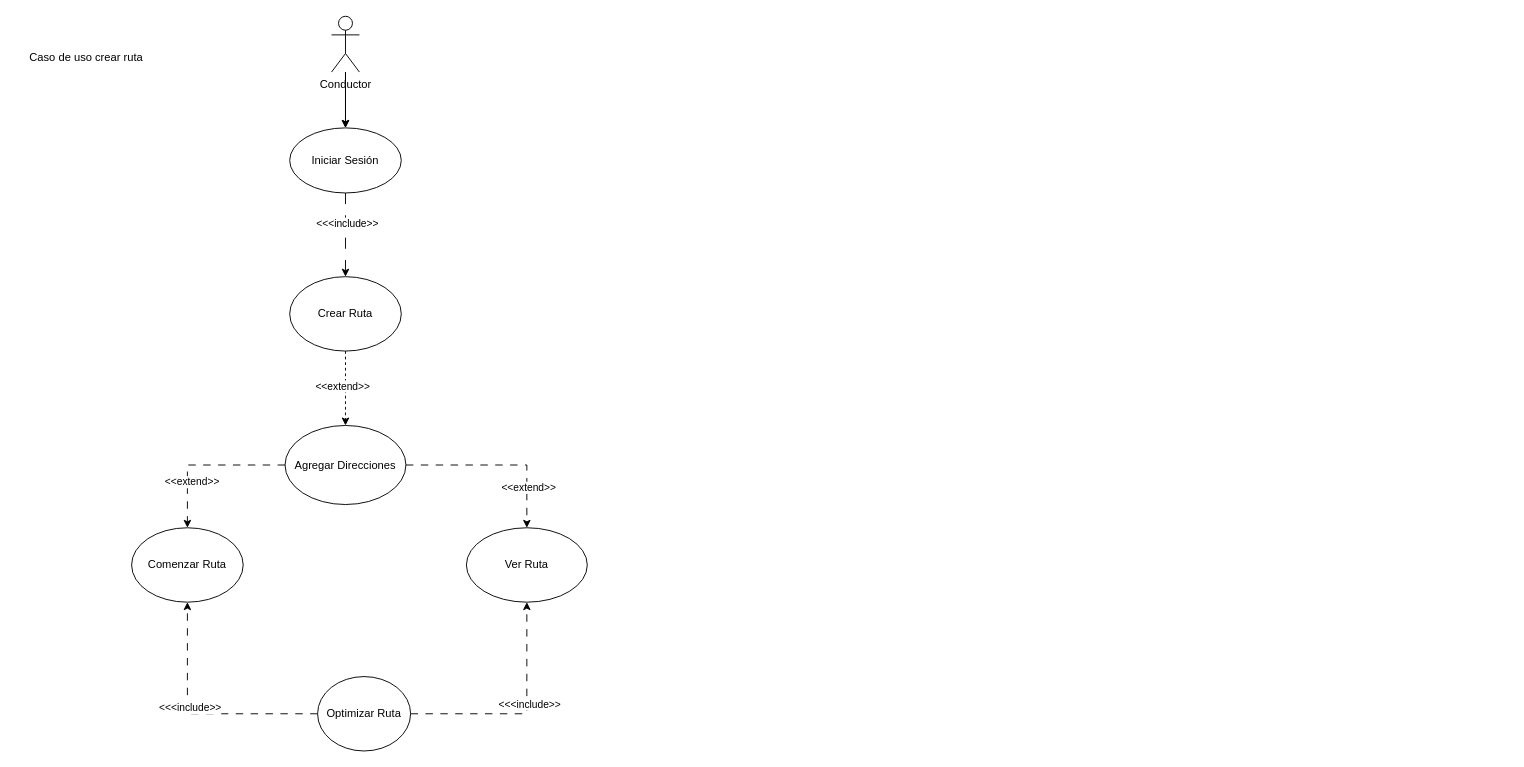
Earlier version of the draw.io diagram Caso de uso.drawio (josecastilloUai/Diagramas). Source tidied: cells renumbered, new cells numbered last; positions are measured from the earlier drawing's top-left corner, leaving out a move shared by most shapes. Both pictures are drawn from the tidied source at 93%, with x=0, y=0 at pixel (16, 16).
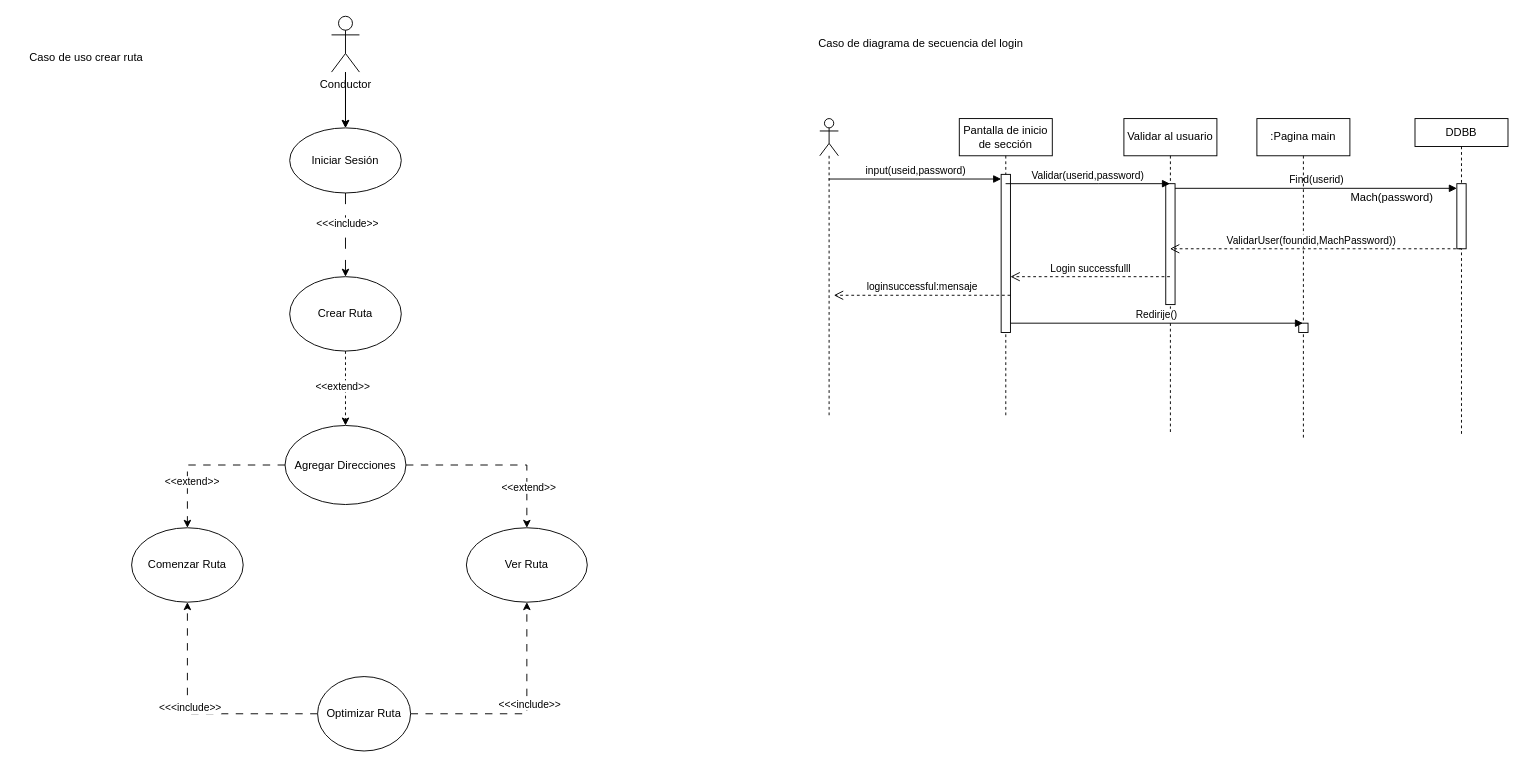
The same page after the edit.

Change to the diagram source:
```diff
@@
+    <mxCell id="24" value="Pantalla de inicio de sección" style="shape=umlLifeline;perimeter=lifelinePerimeter;whiteSpace=wrap;html=1;newEdgeStyle={&quot;curved&quot;:0,&quot;rounded&quot;:0};" parent="1" vertex="1">
+      <mxGeometry x="1014" y="110" width="100" height="320" as="geometry" />
+    </mxCell>
+    <mxCell id="25" style="html=1;points=[[0,0,0,0,5],[0,1,0,0,-5],[1,0,0,0,5],[1,1,0,0,-5]];perimeter=orthogonalPerimeter;outlineConnect=0;targetShapes=umlLifeline;portConstraint=eastwest;newEdgeStyle={&quot;curved&quot;:0,&quot;rounded&quot;:0};" parent="24" vertex="1">
+      <mxGeometry x="45" y="60" width="10" height="170" as="geometry" />
+    </mxCell>
+    <mxCell id="26" style="shape=umlLifeline;perimeter=lifelinePerimeter;whiteSpace=wrap;html=1;outlineConnect=0;portConstraint=eastwest;newEdgeStyle={&quot;curved&quot;:0,&quot;rounded&quot;:0};participant=umlActor;" parent="1" vertex="1">
+      <mxGeometry x="864" y="110" width="20" height="320" as="geometry" />
+    </mxCell>
+    <mxCell id="27" value="DDBB" style="shape=umlLifeline;perimeter=lifelinePerimeter;whiteSpace=wrap;html=1;newEdgeStyle={&quot;curved&quot;:0,&quot;rounded&quot;:0};size=30;" parent="1" vertex="1">
+      <mxGeometry x="1504" y="110" width="100" height="340" as="geometry" />
+    </mxCell>
+    <mxCell id="28" style="html=1;points=[[0,0,0,0,5],[0,1,0,0,-5],[1,0,0,0,5],[1,1,0,0,-5]];perimeter=orthogonalPerimeter;outlineConnect=0;targetShapes=umlLifeline;portConstraint=eastwest;newEdgeStyle={&quot;curved&quot;:0,&quot;rounded&quot;:0};" parent="27" vertex="1">
+      <mxGeometry x="45" y="70" width="10" height="70" as="geometry" />
+    </mxCell>
+    <mxCell id="29" value="Validar al usuario" style="shape=umlLifeline;perimeter=lifelinePerimeter;whiteSpace=wrap;html=1;outlineConnect=0;portConstraint=eastwest;newEdgeStyle={&quot;curved&quot;:0,&quot;rounded&quot;:0};" parent="1" vertex="1">
+      <mxGeometry x="1191" y="110" width="100" height="340" as="geometry" />
+    </mxCell>
+    <mxCell id="30" style="html=1;points=[[0,0,0,0,5],[0,1,0,0,-5],[1,0,0,0,5],[1,1,0,0,-5]];perimeter=orthogonalPerimeter;outlineConnect=0;targetShapes=umlLifeline;portConstraint=eastwest;newEdgeStyle={&quot;curved&quot;:0,&quot;rounded&quot;:0};" parent="29" vertex="1">
+      <mxGeometry x="45" y="70" width="10" height="130" as="geometry" />
+    </mxCell>
+    <mxCell id="31" value="Caso de diagrama de secuencia del login&amp;nbsp;" style="text;html=1;align=center;verticalAlign=middle;strokeColor=none;fillColor=none;" parent="1" vertex="1">
+      <mxGeometry x="849" y="15" width="250" height="30" as="geometry" />
+    </mxCell>
+    <mxCell id="32" value="input(useid,password)" style="html=1;verticalAlign=bottom;endArrow=block;curved=0;rounded=0;entryX=0;entryY=0;entryDx=0;entryDy=5;" parent="1" edge="1" source="26" target="25">
+      <mxGeometry relative="1" as="geometry" />
+    </mxCell>
+    <mxCell id="33" value="Validar(userid,password)" style="html=1;verticalAlign=bottom;endArrow=block;curved=0;rounded=0;" parent="1" edge="1" target="29">
+      <mxGeometry relative="1" as="geometry">
+        <mxPoint x="1063.8" y="180" as="sourcePoint" />
+        <Array as="points">
+          <mxPoint x="1164" y="180" />
+        </Array>
+      </mxGeometry>
+    </mxCell>
+    <mxCell id="34" value="Find(userid)" style="html=1;verticalAlign=bottom;endArrow=block;curved=0;rounded=0;exitX=1;exitY=0;exitDx=0;exitDy=5;exitPerimeter=0;" parent="1" edge="1" source="30" target="28">
+      <mxGeometry relative="1" as="geometry" />
+    </mxCell>
+    <mxCell id="35" value="Mach(password)" style="text;html=1;align=center;verticalAlign=middle;strokeColor=none;fillColor=none;" parent="1" vertex="1">
+      <mxGeometry x="1424" y="180" width="110" height="30" as="geometry" />
+    </mxCell>
+    <mxCell id="36" value="Login successfulll" style="html=1;verticalAlign=bottom;endArrow=open;dashed=1;endSize=8;curved=0;rounded=0;" parent="1" edge="1" source="29" target="25">
+      <mxGeometry relative="1" as="geometry">
+        <Array as="points">
+          <mxPoint x="1204" y="280" />
+          <mxPoint x="1124" y="280" />
+        </Array>
+      </mxGeometry>
+    </mxCell>
+    <mxCell id="37" value=":Pagina main" style="shape=umlLifeline;perimeter=lifelinePerimeter;whiteSpace=wrap;html=1;newEdgeStyle={&quot;curved&quot;:0,&quot;rounded&quot;:0};" parent="1" vertex="1">
+      <mxGeometry x="1334" y="110" width="100" height="345" as="geometry" />
+    </mxCell>
+    <mxCell id="38" style="html=1;perimeter=orthogonalPerimeter;targetShapes=umlLifeline;newEdgeStyle={&quot;curved&quot;:0,&quot;rounded&quot;:0};" parent="37" vertex="1">
+      <mxGeometry x="45" y="220" width="10" height="10" as="geometry" />
+    </mxCell>
+    <mxCell id="39" value="loginsuccessful:mensaje" style="html=1;verticalAlign=bottom;endArrow=open;dashed=1;endSize=8;curved=0;rounded=0;" parent="1" edge="1">
+      <mxGeometry relative="1" as="geometry">
+        <mxPoint x="1068.9" y="300" as="sourcePoint" />
+        <mxPoint x="879.1" y="300" as="targetPoint" />
+      </mxGeometry>
+    </mxCell>
+    <mxCell id="40" value="ValidarUser(foundid,MachPassword))&amp;nbsp; &amp;nbsp;" style="html=1;verticalAlign=bottom;endArrow=open;dashed=1;endSize=8;curved=0;rounded=0;" parent="1" edge="1" target="29">
+      <mxGeometry relative="1" as="geometry">
+        <mxPoint x="1554" y="250" as="sourcePoint" />
+      </mxGeometry>
+    </mxCell>
+    <mxCell id="41" value="Redirije()" style="html=1;verticalAlign=bottom;endArrow=block;curved=0;rounded=0;" parent="1" edge="1">
+      <mxGeometry relative="1" as="geometry">
+        <mxPoint x="1069" y="330" as="sourcePoint" />
+        <mxPoint x="1383.5" y="330" as="targetPoint" />
+      </mxGeometry>
+    </mxCell>
```
